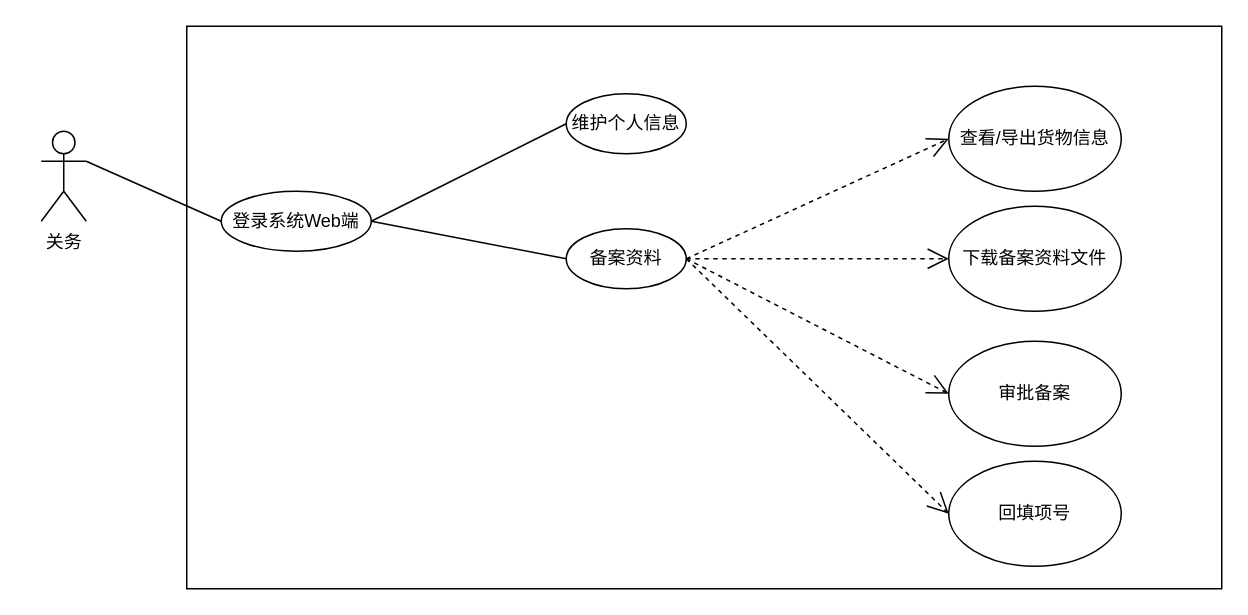
sxc-one/e-conitl keeps this draw.io diagram as page "关务用例图" (10 of 16) of wbooking docs/进区预约系统.drawio. Above is the earlier version. Source tidied: cells renumbered, new cells numbered last; positions are measured from the earlier drawing's top-left corner, leaving out a move shared by most shapes. Both pictures are drawn from the tidied source at 150%, with x=0, y=0 at pixel (40, 26).
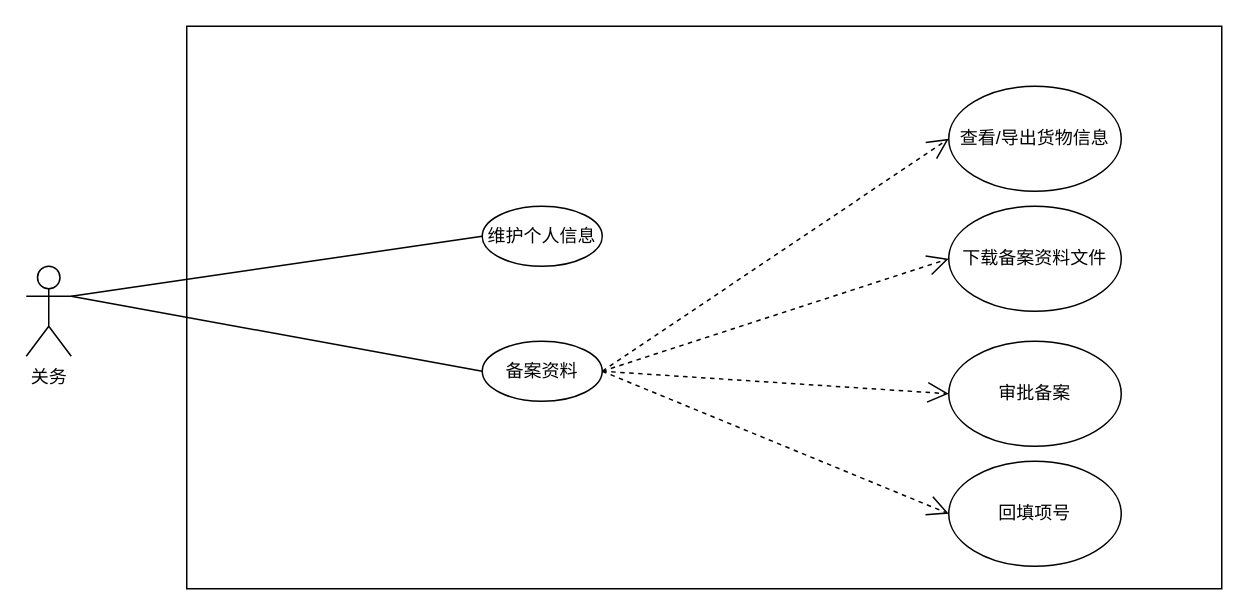
The same diagram, later.

Diff of the diagram source:
```diff
@@
 <mxGraphModel>
   <root>
     <mxCell id="0" />
     <mxCell id="1" parent="0" />
     <mxCell id="2" style="html=1;" parent="1" vertex="1">
       <mxGeometry x="97" width="690" height="375" as="geometry" />
     </mxCell>
     <mxCell id="3" value="关务" style="shape=umlActor;verticalLabelPosition=bottom;verticalAlign=top;html=1;" parent="1" vertex="1">
-      <mxGeometry y="70" width="30" height="60" as="geometry" />
+      <mxGeometry x="-10" y="160" width="30" height="60" as="geometry" />
     </mxCell>
-    <mxCell id="4" value="登录系统Web端" style="ellipse;whiteSpace=wrap;html=1;" parent="1" vertex="1">
-      <mxGeometry x="120" y="110" width="100" height="40" as="geometry" />
-    </mxCell>
     <mxCell id="5" value="备案资料" style="ellipse;whiteSpace=wrap;html=1;" parent="1" vertex="1">
-      <mxGeometry x="350" y="135" width="80" height="40" as="geometry" />
+      <mxGeometry x="294" y="210" width="80" height="40" as="geometry" />
     </mxCell>
     <mxCell id="6" value="维护个人信息" style="ellipse;whiteSpace=wrap;html=1;" parent="1" vertex="1">
-      <mxGeometry x="350" y="45" width="80" height="40" as="geometry" />
+      <mxGeometry x="294" y="120" width="80" height="40" as="geometry" />
     </mxCell>
     <mxCell id="7" value="下载备案资料文件" style="ellipse;whiteSpace=wrap;html=1;" parent="1" vertex="1">
       <mxGeometry x="605" y="120" width="115" height="70" as="geometry" />
     </mxCell>
-    <mxCell id="8" style="endArrow=none;html=1;rounded=0;exitX=1;exitY=0.3333333333333333;exitDx=0;exitDy=0;exitPerimeter=0;entryX=0;entryY=0.5;entryDx=0;entryDy=0;" parent="1" edge="1" source="3" target="4">
-      <mxGeometry relative="1" as="geometry" />
-    </mxCell>
-    <mxCell id="9" style="endArrow=none;html=1;rounded=0;elbow=vertical;entryX=0;entryY=0.5;entryDx=0;entryDy=0;" parent="1" edge="1" target="6">
-      <mxGeometry relative="1" as="geometry">
-        <mxPoint x="220" y="130" as="sourcePoint" />
-      </mxGeometry>
+    <mxCell id="9" style="endArrow=none;html=1;rounded=0;elbow=vertical;entryX=0;entryY=0.5;entryDx=0;entryDy=0;exitX=1;exitY=0.3333333333333333;exitDx=0;exitDy=0;exitPerimeter=0;" parent="1" edge="1" source="3" target="6">
+      <mxGeometry relative="1" as="geometry" />
     </mxCell>
-    <mxCell id="10" style="endArrow=none;html=1;rounded=0;elbow=vertical;entryX=0;entryY=0.5;entryDx=0;entryDy=0;" parent="1" edge="1" target="5">
-      <mxGeometry relative="1" as="geometry">
-        <mxPoint x="220" y="130" as="sourcePoint" />
-      </mxGeometry>
+    <mxCell id="10" style="endArrow=none;html=1;rounded=0;elbow=vertical;entryX=0;entryY=0.5;entryDx=0;entryDy=0;exitX=1;exitY=0.3333333333333333;exitDx=0;exitDy=0;exitPerimeter=0;" parent="1" edge="1" source="3" target="5">
+      <mxGeometry relative="1" as="geometry" />
     </mxCell>
     <mxCell id="11" style="endArrow=open;endSize=12;dashed=1;html=1;rounded=0;elbow=vertical;entryX=0;entryY=0.5;entryDx=0;entryDy=0;exitX=1;exitY=0.5;exitDx=0;exitDy=0;" parent="1" edge="1" source="5" target="7">
       <mxGeometry relative="1" as="geometry" />
     </mxCell>
     <mxCell id="12" value="查看/导出货物信息" style="ellipse;whiteSpace=wrap;html=1;" parent="1" vertex="1">
       <mxGeometry x="605" y="40" width="115" height="70" as="geometry" />
     </mxCell>
     <mxCell id="13" style="endArrow=open;endSize=12;dashed=1;html=1;rounded=0;elbow=vertical;entryX=0;entryY=0.5;entryDx=0;entryDy=0;exitX=1;exitY=0.5;exitDx=0;exitDy=0;" parent="1" edge="1" source="5" target="12">
       <mxGeometry relative="1" as="geometry" />
     </mxCell>
     <mxCell id="14" value="审批备案" style="ellipse;whiteSpace=wrap;html=1;" parent="1" vertex="1">
       <mxGeometry x="605" y="210" width="115" height="70" as="geometry" />
     </mxCell>
     <mxCell id="15" style="endArrow=open;endSize=12;dashed=1;html=1;rounded=0;elbow=vertical;entryX=0;entryY=0.5;entryDx=0;entryDy=0;exitX=1;exitY=0.5;exitDx=0;exitDy=0;" parent="1" edge="1" source="5" target="14">
       <mxGeometry relative="1" as="geometry" />
     </mxCell>
     <mxCell id="16" value="回填项号" style="ellipse;whiteSpace=wrap;html=1;" parent="1" vertex="1">
       <mxGeometry x="605" y="290" width="115" height="70" as="geometry" />
     </mxCell>
     <mxCell id="17" style="endArrow=open;endSize=12;dashed=1;html=1;rounded=0;elbow=vertical;entryX=0;entryY=0.5;entryDx=0;entryDy=0;exitX=1;exitY=0.5;exitDx=0;exitDy=0;" parent="1" edge="1" source="5" target="16">
       <mxGeometry relative="1" as="geometry" />
     </mxCell>
   </root>
 </mxGraphModel>
```
